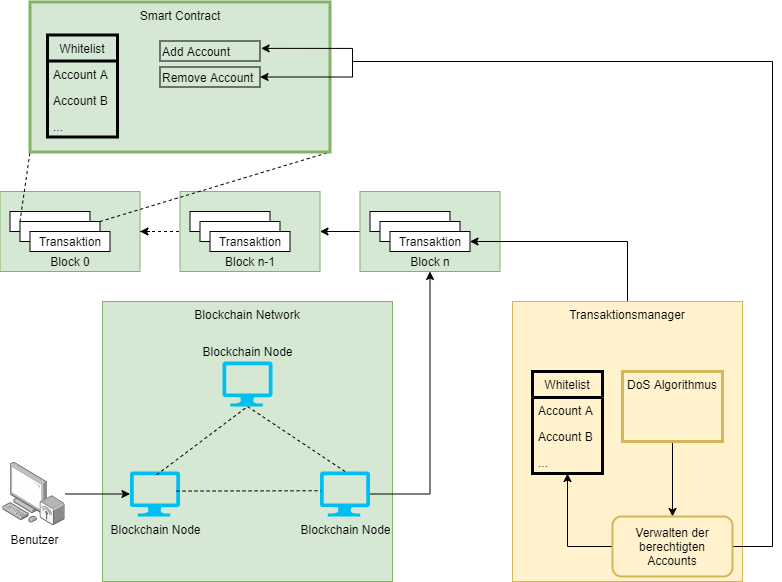
Earlier version of the draw.io export Report/images/overview_blockchain_txmanager.png (Geryones/BlockChain_TransactionManager). Source tidied: cells renumbered, new cells last; positions are measured from the earlier drawing's top-left corner, leaving out a move shared by most shapes.
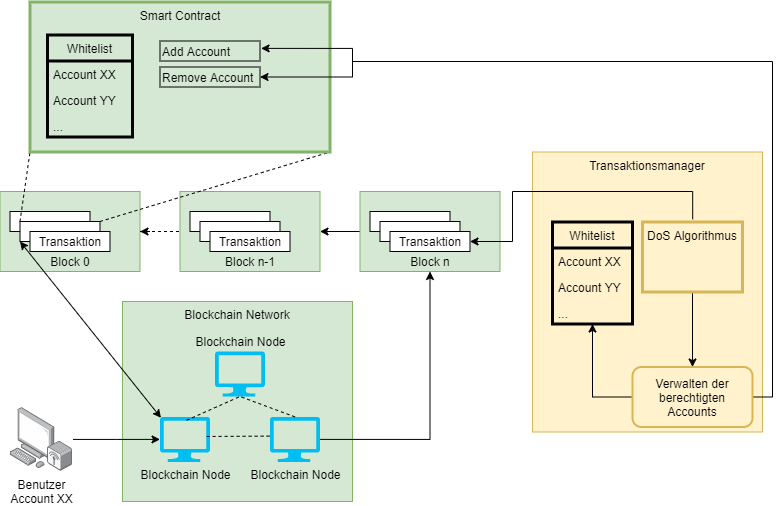
Above is the later version.

Diff of the diagram source:
```diff
@@ -3,19 +3,19 @@
     <mxCell id="0" />
     <mxCell id="1" parent="0" />
     <mxCell id="2" value="Blockchain Network" style="rounded=0;whiteSpace=wrap;html=1;fillColor=#d5e8d4;strokeColor=#82b366;verticalAlign=top;" parent="1" vertex="1">
-      <mxGeometry x="102" y="300" width="290" height="280" as="geometry" />
+      <mxGeometry x="122" y="300" width="230" height="200" as="geometry" />
     </mxCell>
     <mxCell id="3" value="Blockchain Node" style="verticalLabelPosition=top;html=1;verticalAlign=bottom;align=center;strokeColor=none;fillColor=#00BEF2;shape=mxgraph.azure.computer;labelPosition=center;" parent="1" vertex="1">
-      <mxGeometry x="222" y="360" width="50" height="45" as="geometry" />
+      <mxGeometry x="214.5" y="350" width="50" height="45" as="geometry" />
     </mxCell>
     <mxCell id="4" value="Blockchain Node" style="verticalLabelPosition=bottom;html=1;verticalAlign=top;align=center;strokeColor=none;fillColor=#00BEF2;shape=mxgraph.azure.computer;" parent="1" vertex="1">
-      <mxGeometry x="129.5" y="470" width="50" height="45" as="geometry" />
+      <mxGeometry x="159.5" y="415.4" width="50" height="45" as="geometry" />
     </mxCell>
     <mxCell id="5" style="edgeStyle=orthogonalEdgeStyle;rounded=0;jettySize=auto;html=1;entryX=0.5;entryY=1;entryDx=0;entryDy=0;exitX=1;exitY=0.5;exitDx=0;exitDy=0;exitPerimeter=0;" parent="1" edge="1" source="6" target="15">
       <mxGeometry relative="1" as="geometry" />
     </mxCell>
     <mxCell id="6" value="Blockchain Node" style="verticalLabelPosition=bottom;html=1;verticalAlign=top;align=center;strokeColor=none;fillColor=#00BEF2;shape=mxgraph.azure.computer;" parent="1" vertex="1">
-      <mxGeometry x="319.5" y="470" width="50" height="45" as="geometry" />
+      <mxGeometry x="269.5" y="415.4" width="50" height="45" as="geometry" />
     </mxCell>
     <mxCell id="7" style="endArrow=none;dashed=1;html=1;entryX=0.5;entryY=1;entryDx=0;entryDy=0;entryPerimeter=0;exitX=0.532;exitY=0.075;exitDx=0;exitDy=0;exitPerimeter=0;" parent="1" edge="1" source="4" target="3">
       <mxGeometry relative="1" as="geometry" />
@@ -29,8 +29,8 @@
     <mxCell id="10" style="edgeStyle=orthogonalEdgeStyle;rounded=0;jettySize=auto;html=1;entryX=0;entryY=0.5;entryDx=0;entryDy=0;entryPerimeter=0;" parent="1" edge="1" source="11" target="4">
       <mxGeometry x="-0.26" relative="1" as="geometry" />
     </mxCell>
-    <mxCell id="11" value="Benutzer" style="points=[];html=1;align=center;shadow=0;dashed=0;image;image=img/lib/allied_telesis/computer_and_terminals/Personal_Computer_Wireless.svg;" parent="1" vertex="1">
-      <mxGeometry x="2" y="460.4" width="63" height="64.2" as="geometry" />
+    <mxCell id="11" value="Benutzer&lt;br&gt;Account XX" style="points=[];html=1;align=center;shadow=0;dashed=0;image;image=img/lib/allied_telesis/computer_and_terminals/Personal_Computer_Wireless.svg;" parent="1" vertex="1">
+      <mxGeometry x="9.5" y="405.8" width="63" height="64.2" as="geometry" />
     </mxCell>
     <mxCell id="12" value="Block 0" style="rounded=0;whiteSpace=wrap;html=1;verticalAlign=bottom;fillColor=#d5e8d4;strokeColor=#82b366;" parent="1" vertex="1">
       <mxGeometry x="-0.5" y="190" width="140" height="80" as="geometry" />
@@ -79,17 +79,14 @@
     <mxCell id="26" value="Transaktion" style="rounded=0;whiteSpace=wrap;html=1;" parent="1" vertex="1">
       <mxGeometry x="389.5" y="230" width="80" height="20" as="geometry" />
     </mxCell>
-    <mxCell id="27" style="edgeStyle=orthogonalEdgeStyle;rounded=0;jettySize=auto;html=1;entryX=1;entryY=0.5;entryDx=0;entryDy=0;exitX=0.5;exitY=0;exitDx=0;exitDy=0;" parent="1" edge="1" source="28" target="26">
-      <mxGeometry relative="1" as="geometry" />
-    </mxCell>
     <mxCell id="28" value="Transaktionsmanager" style="rounded=0;whiteSpace=wrap;html=1;fillColor=#fff2cc;strokeColor=#d6b656;verticalAlign=top;" parent="1" vertex="1">
-      <mxGeometry x="512" y="300" width="230" height="280" as="geometry" />
+      <mxGeometry x="532" y="150.5" width="230" height="280" as="geometry" />
     </mxCell>
     <mxCell id="29" style="edgeStyle=orthogonalEdgeStyle;rounded=0;jettySize=auto;html=1;" parent="1" edge="1" source="30" target="47">
       <mxGeometry relative="1" as="geometry" />
     </mxCell>
     <mxCell id="30" value="DoS Algorithmus" style="rounded=0;whiteSpace=wrap;html=1;fillColor=#fff2cc;strokeColor=#d6b656;strokeWidth=3;verticalAlign=top;" parent="1" vertex="1">
-      <mxGeometry x="622" y="370" width="100" height="70" as="geometry" />
+      <mxGeometry x="642" y="220.5" width="100" height="70" as="geometry" />
     </mxCell>
     <mxCell id="31" style="endArrow=none;dashed=1;html=1;exitX=0;exitY=0;exitDx=0;exitDy=0;entryX=0;entryY=1;entryDx=0;entryDy=0;" parent="1" edge="1" source="19" target="33">
       <mxGeometry relative="1" as="geometry" />
@@ -101,16 +98,16 @@
       <mxGeometry x="29.5" y="0.5" width="300" height="150" as="geometry" />
     </mxCell>
     <mxCell id="34" value="Whitelist" style="swimlane;fontStyle=0;horizontal=1;startSize=26;fillColor=none;strokeWidth=3;" parent="1" vertex="1">
-      <mxGeometry x="47" y="33.5" width="70" height="102" as="geometry" />
+      <mxGeometry x="47" y="33.5" width="85" height="102" as="geometry" />
     </mxCell>
-    <mxCell id="35" value="Account A" style="text;strokeColor=none;fillColor=none;align=left;verticalAlign=top;spacingLeft=4;spacingRight=4;overflow=hidden;" parent="34" vertex="1">
-      <mxGeometry y="26" width="70" height="26" as="geometry" />
+    <mxCell id="35" value="Account XX" style="text;strokeColor=none;fillColor=none;align=left;verticalAlign=top;spacingLeft=4;spacingRight=4;overflow=hidden;" parent="34" vertex="1">
+      <mxGeometry y="26" width="85" height="26" as="geometry" />
     </mxCell>
-    <mxCell id="36" value="Account B" style="text;strokeColor=none;fillColor=none;align=left;verticalAlign=top;spacingLeft=4;spacingRight=4;overflow=hidden;" parent="34" vertex="1">
-      <mxGeometry y="52" width="70" height="26" as="geometry" />
+    <mxCell id="36" value="Account YY" style="text;strokeColor=none;fillColor=none;align=left;verticalAlign=top;spacingLeft=4;spacingRight=4;overflow=hidden;" parent="34" vertex="1">
+      <mxGeometry y="52" width="85" height="26" as="geometry" />
     </mxCell>
     <mxCell id="37" value="..." style="text;strokeColor=none;fillColor=none;align=left;verticalAlign=top;spacingLeft=4;spacingRight=4;overflow=hidden;" parent="34" vertex="1">
-      <mxGeometry y="78" width="70" height="24" as="geometry" />
+      <mxGeometry y="78" width="85" height="24" as="geometry" />
     </mxCell>
     <mxCell id="38" style="edgeStyle=orthogonalEdgeStyle;rounded=0;jettySize=auto;html=1;entryX=1;entryY=0.5;entryDx=0;entryDy=0;" parent="1" edge="1" target="41">
       <mxGeometry relative="1" as="geometry">
@@ -127,7 +124,7 @@
     <mxCell id="40" style="edgeStyle=orthogonalEdgeStyle;rounded=0;jettySize=auto;html=1;entryX=1.011;entryY=0.369;entryDx=0;entryDy=0;entryPerimeter=0;exitX=1;exitY=0.5;exitDx=0;exitDy=0;" parent="1" edge="1" source="47" target="39">
       <mxGeometry relative="1" as="geometry">
         <Array as="points">
-          <mxPoint x="772" y="545" />
+          <mxPoint x="772" y="396" />
           <mxPoint x="772" y="60" />
           <mxPoint x="352" y="60" />
           <mxPoint x="352" y="47" />
@@ -138,22 +135,34 @@
       <mxGeometry x="159.5" y="65.5" width="100" height="20" as="geometry" />
     </mxCell>
     <mxCell id="42" value="Whitelist" style="swimlane;fontStyle=0;horizontal=1;startSize=26;fillColor=none;strokeWidth=3;" parent="1" vertex="1">
-      <mxGeometry x="532" y="370" width="70" height="102" as="geometry" />
+      <mxGeometry x="552" y="220.5" width="80" height="102" as="geometry" />
     </mxCell>
-    <mxCell id="43" value="Account A" style="text;strokeColor=none;fillColor=none;align=left;verticalAlign=top;spacingLeft=4;spacingRight=4;overflow=hidden;" parent="42" vertex="1">
-      <mxGeometry y="26" width="70" height="26" as="geometry" />
+    <mxCell id="43" value="Account XX" style="text;strokeColor=none;fillColor=none;align=left;verticalAlign=top;spacingLeft=4;spacingRight=4;overflow=hidden;" parent="42" vertex="1">
+      <mxGeometry y="26" width="80" height="26" as="geometry" />
     </mxCell>
-    <mxCell id="44" value="Account B" style="text;strokeColor=none;fillColor=none;align=left;verticalAlign=top;spacingLeft=4;spacingRight=4;overflow=hidden;" parent="42" vertex="1">
-      <mxGeometry y="52" width="70" height="26" as="geometry" />
+    <mxCell id="44" value="Account YY" style="text;strokeColor=none;fillColor=none;align=left;verticalAlign=top;spacingLeft=4;spacingRight=4;overflow=hidden;" parent="42" vertex="1">
+      <mxGeometry y="52" width="80" height="26" as="geometry" />
     </mxCell>
     <mxCell id="45" value="..." style="text;strokeColor=none;fillColor=none;align=left;verticalAlign=top;spacingLeft=4;spacingRight=4;overflow=hidden;" parent="42" vertex="1">
-      <mxGeometry y="78" width="70" height="24" as="geometry" />
+      <mxGeometry y="78" width="80" height="24" as="geometry" />
     </mxCell>
-    <mxCell id="46" style="edgeStyle=orthogonalEdgeStyle;rounded=0;jettySize=auto;html=1;" parent="1" edge="1" source="47" target="42">
+    <mxCell id="46" style="edgeStyle=orthogonalEdgeStyle;rounded=0;jettySize=auto;html=1;exitX=0;exitY=0.5;exitDx=0;exitDy=0;" parent="1" edge="1" source="47" target="42">
       <mxGeometry relative="1" as="geometry" />
     </mxCell>
     <mxCell id="47" value="Verwalten der berechtigten Accounts" style="rounded=1;whiteSpace=wrap;html=1;strokeColor=#d6b656;strokeWidth=2;align=center;fillColor=#fff2cc;" parent="1" vertex="1">
-      <mxGeometry x="612" y="515" width="120" height="60" as="geometry" />
+      <mxGeometry x="632" y="365.5" width="120" height="60" as="geometry" />
     </mxCell>
+    <mxCell id="48" style="endArrow=classic;startArrow=classic;html=1;exitX=0.02;exitY=0.02;exitDx=0;exitDy=0;exitPerimeter=0;entryX=0;entryY=1;entryDx=0;entryDy=0;rounded=0;" parent="1" edge="1" source="4" target="19">
+      <mxGeometry relative="1" as="geometry" />
+    </mxCell>
+    <mxCell id="49" style="edgeStyle=orthogonalEdgeStyle;rounded=0;jettySize=auto;html=1;entryX=1;entryY=0.5;entryDx=0;entryDy=0;exitX=0.502;exitY=-0.04;exitDx=0;exitDy=0;exitPerimeter=0;" parent="1" edge="1" source="30" target="26">
+      <mxGeometry relative="1" as="geometry">
+        <Array as="points">
+          <mxPoint x="692" y="190" />
+          <mxPoint x="512" y="190" />
+          <mxPoint x="512" y="240" />
+        </Array>
+      </mxGeometry>
+    </mxCell>
   </root>
 </mxGraphModel>
```
